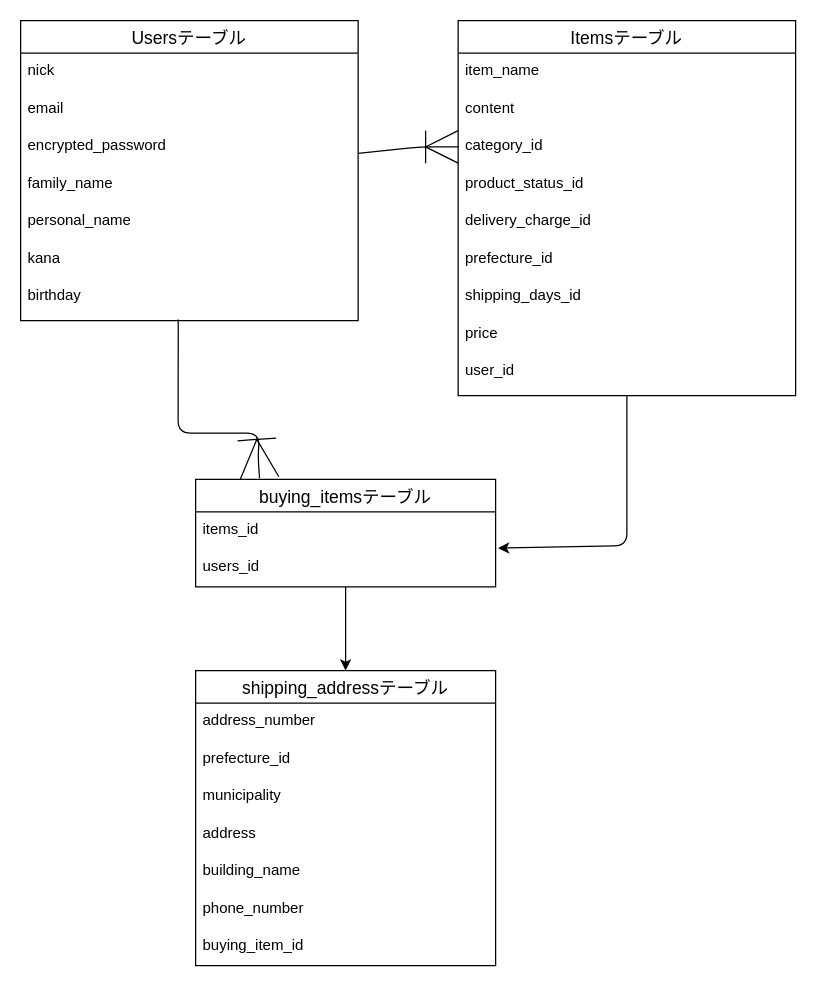
yuukimatsuyama/furima-37943 keeps this draw.io diagram as test.dio. Above is the earlier version. Source tidied: cells renumbered, new cells numbered last; positions are measured from the earlier drawing's top-left corner, leaving out a move shared by most shapes. Both pictures are drawn from the tidied source at 125%, with x=0, y=0 at pixel (20, 20).
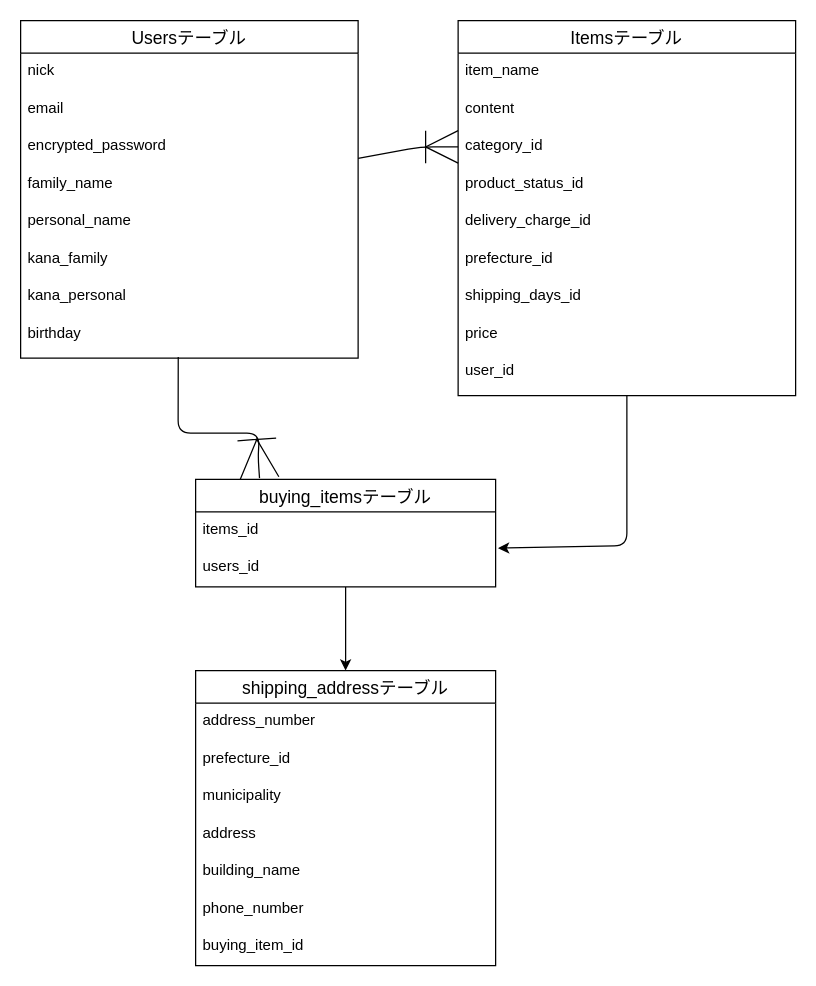
The same page after the edit.

Commit message (it also covers changes not shown here):
データベース設計の再々修正

データベースの再提出(3回目)

The edit, as a diff of the source:
```diff
@@
     <mxCell id="3" value="Usersテーブル" style="swimlane;fontStyle=0;horizontal=1;startSize=26;align=center;fontSize=14;" parent="1" vertex="1">
-      <mxGeometry width="270" height="240" as="geometry" />
+      <mxGeometry width="270" height="270" as="geometry" />
     </mxCell>
@@
+    <mxCell id="35" value="kana_family" style="text;strokeColor=none;fillColor=none;spacingLeft=4;spacingRight=4;overflow=hidden;fontSize=12;" parent="3" vertex="1">
+      <mxGeometry y="176" width="270" height="30" as="geometry" />
+    </mxCell>
-    <mxCell id="9" value="kana" style="text;strokeColor=none;fillColor=none;spacingLeft=4;spacingRight=4;overflow=hidden;fontSize=12;" parent="3" vertex="1">
-      <mxGeometry y="176" width="270" height="30" as="geometry" />
+    <mxCell id="9" value="kana_personal" style="text;strokeColor=none;fillColor=none;spacingLeft=4;spacingRight=4;overflow=hidden;fontSize=12;" parent="3" vertex="1">
+      <mxGeometry y="206" width="270" height="30" as="geometry" />
     </mxCell>
     <mxCell id="10" value="birthday" style="text;strokeColor=none;fillColor=none;spacingLeft=4;spacingRight=4;overflow=hidden;points=[[0,0.5],[1,0.5]];portConstraint=eastwest;fontSize=12;" parent="3" vertex="1">
-      <mxGeometry y="206" width="270" height="34" as="geometry" />
+      <mxGeometry y="236" width="270" height="34" as="geometry" />
     </mxCell>
```
